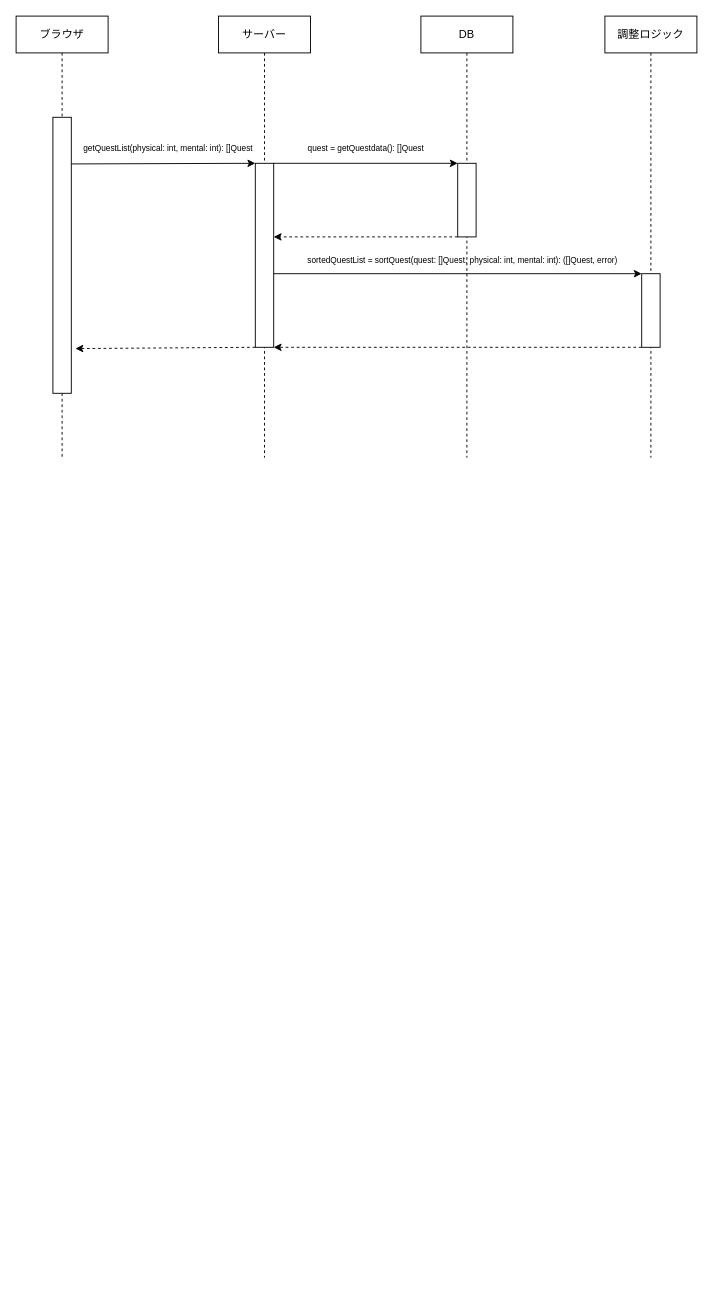
Before: docs/sequence.drawio in Moku3956/daily-routine, a draw.io diagram. Source tidied: cells renumbered, new cells numbered last; positions are measured from the earlier drawing's top-left corner, leaving out a move shared by most shapes. Both pictures are drawn from the tidied source at 92%, with x=0, y=0 at pixel (16, 16).
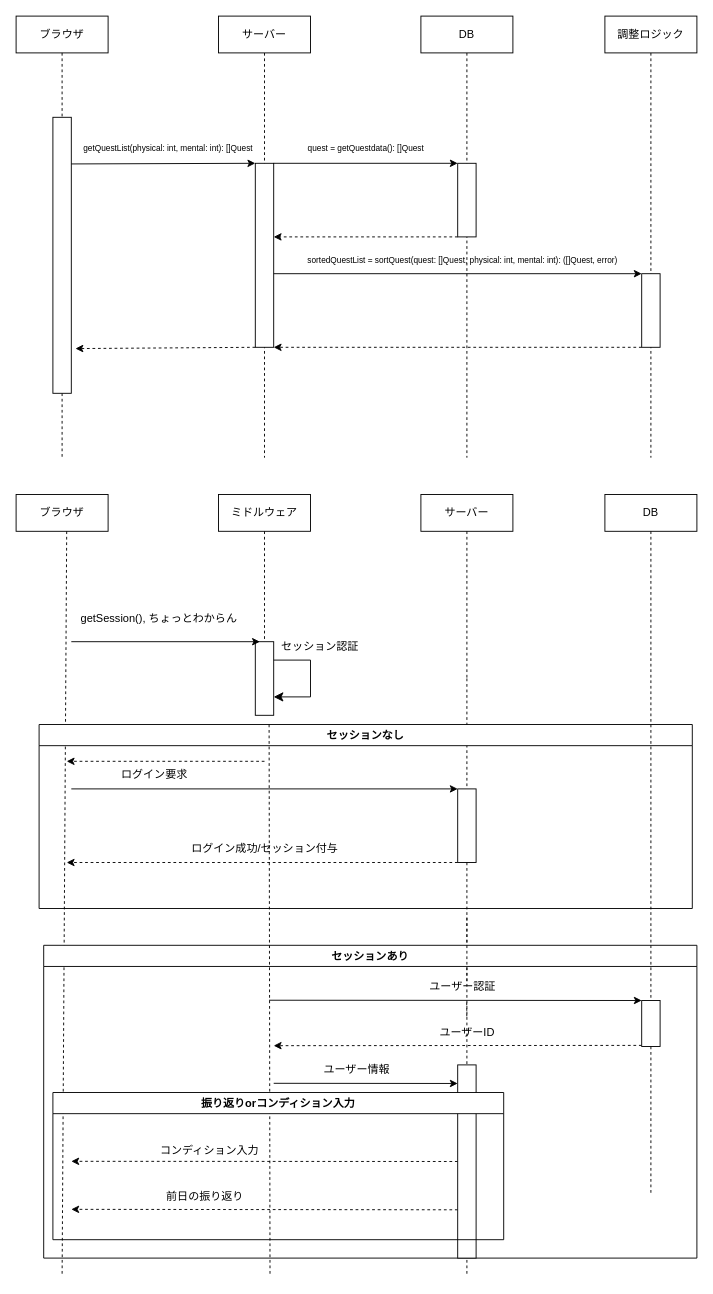
After the change.

Commit message (it also covers changes not shown here):
Complete sequence and architecture

What changed in the source:
```diff
@@
+    <mxCell id="24" style="edgeStyle=none;html=1;exitX=0.5;exitY=1;exitDx=0;exitDy=0;dashed=1;endArrow=none;endFill=0;" parent="1" edge="1" source="59">
+      <mxGeometry relative="1" as="geometry">
+        <mxPoint x="690" y="1280" as="targetPoint" />
+      </mxGeometry>
+    </mxCell>
+    <mxCell id="25" value="DB" style="rounded=0;whiteSpace=wrap;html=1;" parent="1" vertex="1">
+      <mxGeometry x="640" y="520" width="100" height="40" as="geometry" />
+    </mxCell>
+    <mxCell id="26" style="edgeStyle=none;html=1;dashed=1;endArrow=none;endFill=0;" parent="1" edge="1">
+      <mxGeometry relative="1" as="geometry">
+        <mxPoint x="490" y="980" as="sourcePoint" />
+        <mxPoint x="490" y="1370" as="targetPoint" />
+      </mxGeometry>
+    </mxCell>
+    <mxCell id="27" value="サーバー" style="rounded=0;whiteSpace=wrap;html=1;" parent="1" vertex="1">
+      <mxGeometry x="440" y="520" width="100" height="40" as="geometry" />
+    </mxCell>
+    <mxCell id="28" value="ミドルウェア" style="rounded=0;whiteSpace=wrap;html=1;" parent="1" vertex="1">
+      <mxGeometry x="220" y="520" width="100" height="40" as="geometry" />
+    </mxCell>
+    <mxCell id="29" value="ブラウザ" style="rounded=0;whiteSpace=wrap;html=1;" parent="1" vertex="1">
+      <mxGeometry y="520" width="100" height="40" as="geometry" />
+    </mxCell>
+    <mxCell id="30" style="edgeStyle=none;html=1;exitX=0.5;exitY=1;exitDx=0;exitDy=0;endArrow=none;endFill=0;dashed=1;" parent="1" edge="1">
+      <mxGeometry relative="1" as="geometry">
+        <mxPoint x="55" y="560" as="sourcePoint" />
+        <mxPoint x="50" y="1370" as="targetPoint" />
+      </mxGeometry>
+    </mxCell>
+    <mxCell id="31" style="edgeStyle=none;html=1;exitX=0.5;exitY=1;exitDx=0;exitDy=0;endArrow=none;endFill=0;dashed=1;" parent="1" edge="1" source="28" target="32">
+      <mxGeometry relative="1" as="geometry" />
+    </mxCell>
+    <mxCell id="32" style="rounded=0;whiteSpace=wrap;html=1;" parent="1" vertex="1">
+      <mxGeometry x="260" y="680" width="20" height="80" as="geometry" />
+    </mxCell>
+    <mxCell id="33" style="edgeStyle=none;html=1;entryX=0;entryY=0;entryDx=0;entryDy=0;" parent="1" edge="1">
+      <mxGeometry relative="1" as="geometry">
+        <mxPoint x="60" y="680" as="sourcePoint" />
+        <mxPoint x="265" y="680" as="targetPoint" />
+      </mxGeometry>
+    </mxCell>
+    <mxCell id="34" value="getSession(), ちょっとわからん" style="text;html=1;align=center;verticalAlign=middle;strokeColor=none;fillColor=none;" parent="1" vertex="1">
+      <mxGeometry x="60" y="640" width="190" height="30" as="geometry" />
+    </mxCell>
+    <mxCell id="35" style="edgeStyle=none;html=1;exitX=0.5;exitY=1;exitDx=0;exitDy=0;dashed=1;endArrow=none;endFill=0;" parent="1" edge="1" source="27">
+      <mxGeometry relative="1" as="geometry">
+        <mxPoint x="490" y="720" as="targetPoint" />
+      </mxGeometry>
+    </mxCell>
+    <mxCell id="36" style="edgeStyle=segmentEdgeStyle;endArrow=classic;html=1;curved=0;rounded=0;endSize=8;startSize=8;exitX=1;exitY=0.25;exitDx=0;exitDy=0;entryX=1;entryY=0.75;entryDx=0;entryDy=0;" parent="1" edge="1" source="32" target="32">
+      <mxGeometry relative="1" as="geometry">
+        <Array as="points">
+          <mxPoint x="320" y="700" />
+          <mxPoint x="320" y="740" />
+        </Array>
+      </mxGeometry>
+    </mxCell>
+    <mxCell id="37" value="セッション認証" style="text;html=1;align=center;verticalAlign=middle;strokeColor=none;fillColor=none;" parent="1" vertex="1">
+      <mxGeometry x="275" y="670" width="110" height="30" as="geometry" />
+    </mxCell>
+    <mxCell id="38" style="edgeStyle=none;html=1;exitX=0.5;exitY=1;exitDx=0;exitDy=0;dashed=1;endArrow=none;endFill=0;" parent="1" edge="1" target="39">
+      <mxGeometry relative="1" as="geometry">
+        <mxPoint x="490" y="720" as="sourcePoint" />
+      </mxGeometry>
+    </mxCell>
+    <mxCell id="39" style="rounded=0;whiteSpace=wrap;html=1;" parent="1" vertex="1">
+      <mxGeometry x="480" y="840" width="20" height="80" as="geometry" />
+    </mxCell>
+    <mxCell id="40" style="edgeStyle=none;html=1;entryX=0;entryY=0;entryDx=0;entryDy=0;" parent="1" edge="1" target="39">
+      <mxGeometry relative="1" as="geometry">
+        <mxPoint x="60" y="840" as="sourcePoint" />
+      </mxGeometry>
+    </mxCell>
+    <mxCell id="41" value="セッションなし" style="swimlane;direction=east;" parent="1" vertex="1">
+      <mxGeometry x="25" y="770" width="710" height="200" as="geometry" />
+    </mxCell>
+    <mxCell id="42" style="edgeStyle=none;html=1;dashed=1;" parent="41" edge="1">
+      <mxGeometry relative="1" as="geometry">
+        <mxPoint x="245" y="40" as="sourcePoint" />
+        <mxPoint x="30" y="40" as="targetPoint" />
+      </mxGeometry>
+    </mxCell>
+    <mxCell id="43" value="ログイン要求" style="text;html=1;align=center;verticalAlign=middle;strokeColor=none;fillColor=none;" parent="41" vertex="1">
+      <mxGeometry x="75" y="40" width="100" height="30" as="geometry" />
+    </mxCell>
+    <mxCell id="44" style="edgeStyle=none;html=1;entryX=1;entryY=0.75;entryDx=0;entryDy=0;dashed=1;" parent="41" edge="1">
+      <mxGeometry relative="1" as="geometry">
+        <mxPoint x="455" y="150" as="sourcePoint" />
+        <mxPoint x="30" y="150" as="targetPoint" />
+      </mxGeometry>
+    </mxCell>
+    <mxCell id="45" value="ログイン成功/セッション付与" style="text;html=1;align=center;verticalAlign=middle;strokeColor=none;fillColor=none;" parent="41" vertex="1">
+      <mxGeometry x="155" y="120" width="180" height="30" as="geometry" />
+    </mxCell>
+    <mxCell id="46" value="セッションあり" style="swimlane;whiteSpace=wrap;html=1;" parent="1" vertex="1">
+      <mxGeometry x="30" y="1010" width="710" height="340" as="geometry" />
+    </mxCell>
+    <mxCell id="47" style="edgeStyle=none;html=1;exitX=0;exitY=0;exitDx=0;exitDy=0;entryX=0;entryY=0;entryDx=0;entryDy=0;" parent="46" edge="1" target="59">
+      <mxGeometry relative="1" as="geometry">
+        <mxPoint x="245" y="59.7" as="sourcePoint" />
+      </mxGeometry>
+    </mxCell>
+    <mxCell id="48" style="edgeStyle=none;html=1;exitX=0;exitY=0.25;exitDx=0;exitDy=0;dashed=1;" parent="46" edge="1">
+      <mxGeometry relative="1" as="geometry">
+        <mxPoint x="650" y="108.8" as="sourcePoint" />
+        <mxPoint x="250" y="109.1" as="targetPoint" />
+      </mxGeometry>
+    </mxCell>
+    <mxCell id="49" style="edgeStyle=none;html=1;exitX=0.5;exitY=1;exitDx=0;exitDy=0;endArrow=none;endFill=0;dashed=1;" parent="46" edge="1">
+      <mxGeometry relative="1" as="geometry">
+        <mxPoint x="245" y="-240" as="sourcePoint" />
+        <mxPoint x="246" y="360" as="targetPoint" />
+      </mxGeometry>
+    </mxCell>
+    <mxCell id="50" value="ユーザー情報" style="text;html=1;align=center;verticalAlign=middle;strokeColor=none;fillColor=none;" parent="46" vertex="1">
+      <mxGeometry x="290" y="120" width="100" height="30" as="geometry" />
+    </mxCell>
+    <mxCell id="51" style="edgeStyle=none;html=1;exitX=0;exitY=0.25;exitDx=0;exitDy=0;entryX=0;entryY=0.25;entryDx=0;entryDy=0;" parent="46" edge="1">
+      <mxGeometry relative="1" as="geometry">
+        <mxPoint x="250" y="150" as="sourcePoint" />
+        <mxPoint x="450" y="150.2" as="targetPoint" />
+      </mxGeometry>
+    </mxCell>
+    <mxCell id="52" style="edgeStyle=none;html=1;exitX=0;exitY=0.5;exitDx=0;exitDy=0;dashed=1;" parent="46" edge="1" source="54">
+      <mxGeometry relative="1" as="geometry">
+        <mxPoint x="30" y="234.8" as="targetPoint" />
+      </mxGeometry>
+    </mxCell>
+    <mxCell id="53" style="edgeStyle=none;html=1;exitX=0;exitY=0.75;exitDx=0;exitDy=0;dashed=1;" parent="46" edge="1" source="54">
+      <mxGeometry relative="1" as="geometry">
+        <mxPoint x="30" y="287" as="targetPoint" />
+      </mxGeometry>
+    </mxCell>
+    <mxCell id="54" style="whiteSpace=wrap;html=1;" parent="46" vertex="1">
+      <mxGeometry x="450" y="130" width="20" height="210" as="geometry" />
+    </mxCell>
+    <mxCell id="55" value="ユーザーID" style="text;html=1;align=center;verticalAlign=middle;points=[];strokeColor=none;fillColor=none;" parent="46" vertex="1">
+      <mxGeometry x="420" y="80" width="80" height="30" as="geometry" />
+    </mxCell>
+    <mxCell id="56" value="振り返りorコンディション入力" style="swimlane;whiteSpace=wrap;html=1;" parent="46" vertex="1">
+      <mxGeometry x="10" y="160" width="490" height="160" as="geometry" />
+    </mxCell>
+    <mxCell id="57" value="前日の振り返り" style="text;html=1;align=center;verticalAlign=middle;strokeColor=none;fillColor=none;" parent="56" vertex="1">
+      <mxGeometry x="110" y="98" width="110" height="30" as="geometry" />
+    </mxCell>
+    <mxCell id="58" value="コンディション入力" style="text;html=1;align=center;verticalAlign=middle;strokeColor=none;fillColor=none;" parent="56" vertex="1">
+      <mxGeometry x="105" y="48" width="130" height="30" as="geometry" />
+    </mxCell>
+    <mxCell id="59" style="rounded=0;whiteSpace=wrap;html=1;" parent="46" vertex="1">
+      <mxGeometry x="650" y="60" width="20" height="50" as="geometry" />
+    </mxCell>
+    <mxCell id="60" style="edgeStyle=none;html=1;exitX=0.5;exitY=1;exitDx=0;exitDy=0;dashed=1;endArrow=none;endFill=0;" parent="1" edge="1" source="25" target="59">
+      <mxGeometry relative="1" as="geometry" />
+    </mxCell>
+    <mxCell id="61" style="edgeStyle=none;html=1;exitX=0.5;exitY=1;exitDx=0;exitDy=0;dashed=1;endArrow=none;endFill=0;" parent="1" edge="1" source="39">
+      <mxGeometry relative="1" as="geometry">
+        <mxPoint x="490" y="1050" as="targetPoint" />
+      </mxGeometry>
+    </mxCell>
+    <mxCell id="62" value="ユーザー認証" style="text;html=1;align=center;verticalAlign=middle;points=[];strokeColor=none;fillColor=none;" parent="1" vertex="1">
+      <mxGeometry x="435" y="1040" width="100" height="30" as="geometry" />
+    </mxCell>
+    <mxCell id="63" style="edgeStyle=none;html=1;exitX=0.548;exitY=1.075;exitDx=0;exitDy=0;dashed=1;endArrow=none;endFill=0;exitPerimeter=0;" parent="1" edge="1" source="62" target="55">
+      <mxGeometry relative="1" as="geometry" />
+    </mxCell>
```
